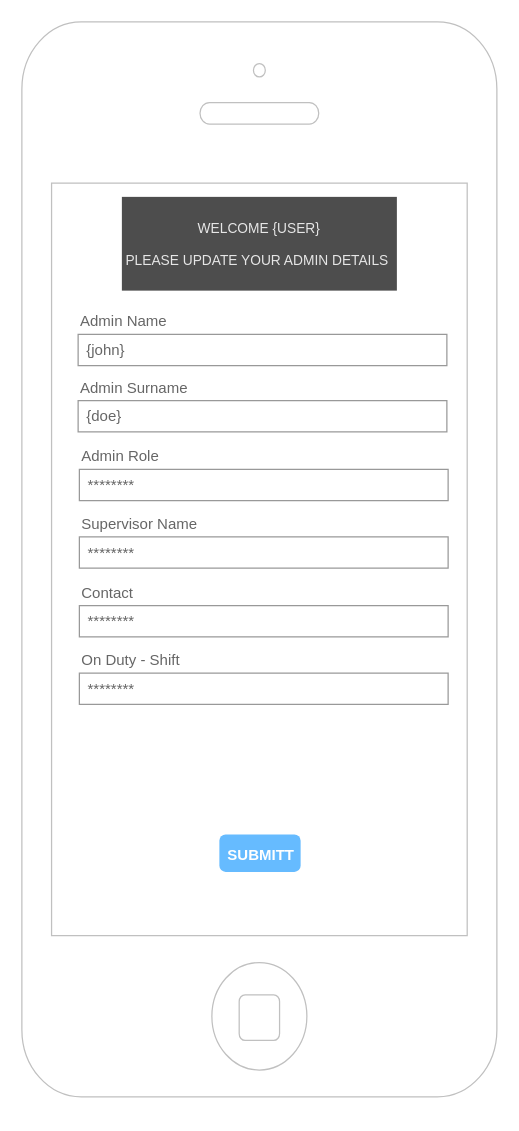
Earlier version of the draw.io diagram page "ENTER ADMIN DETAILS MOBILE" (8 of 15) of SkaterPatchTimeApp.drawio (neilbenjamin/SkaterPatchTime). Source tidied: cells renumbered, new cells numbered last; positions are measured from the earlier drawing's top-left corner, leaving out a move shared by most shapes. Both pictures are drawn from the tidied source at 125%, with x=0, y=0 at pixel (21, 21).
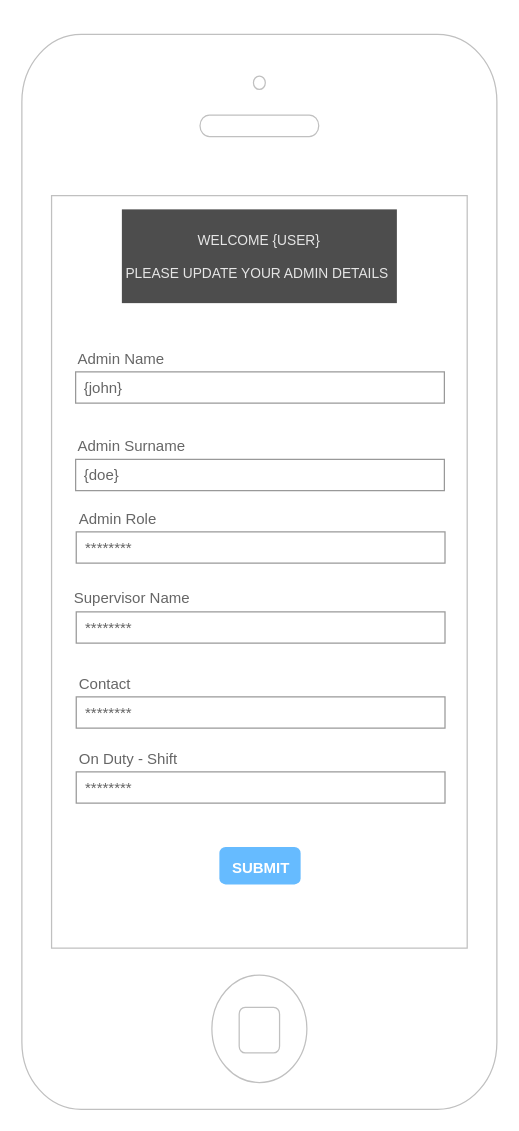
The same diagram, later.

Change to the diagram source:
```diff
@@
 <mxGraphModel>
   <root>
     <mxCell id="0" />
     <mxCell id="1" parent="0" />
     <mxCell id="2" style="html=1;verticalLabelPosition=bottom;labelBackgroundColor=#ffffff;verticalAlign=top;shadow=0;dashed=0;strokeWidth=1;shape=mxgraph.ios7.misc.iphone;strokeColor=#c0c0c0;fillColor=#FFFFFF;" parent="1" vertex="1">
-      <mxGeometry width="380" height="860" as="geometry" />
+      <mxGeometry y="10" width="380" height="860" as="geometry" />
     </mxCell>
     <mxCell id="3" value="&lt;font style=&quot;font-size: 11px;&quot;&gt;WELCOME {USER}&lt;br style=&quot;font-size: 11px;&quot;&gt;&lt;br style=&quot;font-size: 11px;&quot;&gt;PLEASE UPDATE YOUR ADMIN DETAILS&amp;nbsp;&lt;/font&gt;" style="whiteSpace=wrap;html=1;strokeColor=none;fontColor=#E6E6E6;fillColor=#4D4D4D;fontSize=11;" parent="1" vertex="1">
-      <mxGeometry x="80" y="140" width="220" height="75" as="geometry" />
+      <mxGeometry x="80" y="150" width="220" height="75" as="geometry" />
     </mxCell>
-    <mxCell id="4" value="&lt;font style=&quot;font-size: 12px;&quot;&gt;SUBMITT&lt;/font&gt;" style="strokeWidth=1;shadow=0;dashed=0;align=center;html=1;shape=mxgraph.mockup.forms.rrect;rSize=5;strokeColor=none;fontColor=#ffffff;fillColor=#66bbff;fontSize=16;fontStyle=1;" parent="1" vertex="1">
-      <mxGeometry x="158" y="650" width="65" height="30" as="geometry" />
+    <mxCell id="4" value="&lt;font style=&quot;font-size: 12px;&quot;&gt;SUBMIT&lt;/font&gt;" style="strokeWidth=1;shadow=0;dashed=0;align=center;html=1;shape=mxgraph.mockup.forms.rrect;rSize=5;strokeColor=none;fontColor=#ffffff;fillColor=#66bbff;fontSize=16;fontStyle=1;" parent="1" vertex="1">
+      <mxGeometry x="158" y="660" width="65" height="30" as="geometry" />
     </mxCell>
     <mxCell id="5" value="Admin Name" style="strokeWidth=1;shadow=0;dashed=0;align=center;html=1;shape=mxgraph.mockup.forms.anchor;fontSize=12;fontColor=#666666;align=left;spacingLeft=0;" parent="1" vertex="1">
-      <mxGeometry x="45" y="230" width="295" height="20" as="geometry" />
+      <mxGeometry x="43" y="260" width="295" height="20" as="geometry" />
     </mxCell>
     <mxCell id="6" value="{john}" style="strokeWidth=1;shadow=0;dashed=0;align=center;html=1;shape=mxgraph.mockup.forms.rrect;rSize=0;strokeColor=#999999;fontColor=#666666;align=left;spacingLeft=5;" parent="1" vertex="1">
-      <mxGeometry x="45" y="250" width="295" height="25" as="geometry" />
+      <mxGeometry x="43" y="280" width="295" height="25" as="geometry" />
     </mxCell>
     <mxCell id="7" value="Admin Surname" style="strokeWidth=1;shadow=0;dashed=0;align=center;html=1;shape=mxgraph.mockup.forms.anchor;fontSize=12;fontColor=#666666;align=left;spacingLeft=0;" parent="1" vertex="1">
-      <mxGeometry x="45" y="283" width="295" height="20" as="geometry" />
+      <mxGeometry x="43" y="330" width="295" height="20" as="geometry" />
     </mxCell>
     <mxCell id="8" value="{doe}&amp;nbsp;" style="strokeWidth=1;shadow=0;dashed=0;align=center;html=1;shape=mxgraph.mockup.forms.rrect;rSize=0;strokeColor=#999999;fontColor=#666666;align=left;spacingLeft=5;" parent="1" vertex="1">
-      <mxGeometry x="45" y="303" width="295" height="25" as="geometry" />
+      <mxGeometry x="43" y="350" width="295" height="25" as="geometry" />
     </mxCell>
     <mxCell id="9" value="Supervisor Name" style="strokeWidth=1;shadow=0;dashed=0;align=center;html=1;shape=mxgraph.mockup.forms.anchor;fontSize=12;fontColor=#666666;align=left;spacingLeft=0;" parent="1" vertex="1">
-      <mxGeometry x="46" y="392" width="295" height="20" as="geometry" />
+      <mxGeometry x="40" y="450" width="298.5" height="22" as="geometry" />
     </mxCell>
     <mxCell id="10" value="********" style="strokeWidth=1;shadow=0;dashed=0;align=center;html=1;shape=mxgraph.mockup.forms.rrect;rSize=0;strokeColor=#999999;fontColor=#666666;align=left;spacingLeft=5;" parent="1" vertex="1">
-      <mxGeometry x="46" y="412" width="295" height="25" as="geometry" />
+      <mxGeometry x="43.5" y="472" width="295" height="25" as="geometry" />
     </mxCell>
     <mxCell id="11" value="Contact&amp;nbsp;" style="strokeWidth=1;shadow=0;dashed=0;align=center;html=1;shape=mxgraph.mockup.forms.anchor;fontSize=12;fontColor=#666666;align=left;spacingLeft=0;" parent="1" vertex="1">
-      <mxGeometry x="46" y="447" width="295" height="20" as="geometry" />
+      <mxGeometry x="43.5" y="520" width="295" height="20" as="geometry" />
     </mxCell>
     <mxCell id="12" value="********" style="strokeWidth=1;shadow=0;dashed=0;align=center;html=1;shape=mxgraph.mockup.forms.rrect;rSize=0;strokeColor=#999999;fontColor=#666666;align=left;spacingLeft=5;" parent="1" vertex="1">
-      <mxGeometry x="46" y="467" width="295" height="25" as="geometry" />
+      <mxGeometry x="43.5" y="540" width="295" height="25" as="geometry" />
     </mxCell>
     <mxCell id="13" value="On Duty - Shift" style="strokeWidth=1;shadow=0;dashed=0;align=center;html=1;shape=mxgraph.mockup.forms.anchor;fontSize=12;fontColor=#666666;align=left;spacingLeft=0;" parent="1" vertex="1">
-      <mxGeometry x="46" y="501" width="295" height="20" as="geometry" />
+      <mxGeometry x="43.5" y="580" width="295" height="20" as="geometry" />
     </mxCell>
     <mxCell id="14" value="********" style="strokeWidth=1;shadow=0;dashed=0;align=center;html=1;shape=mxgraph.mockup.forms.rrect;rSize=0;strokeColor=#999999;fontColor=#666666;align=left;spacingLeft=5;" parent="1" vertex="1">
-      <mxGeometry x="46" y="521" width="295" height="25" as="geometry" />
+      <mxGeometry x="43.5" y="600" width="295" height="25" as="geometry" />
     </mxCell>
     <mxCell id="15" value="Admin Role" style="strokeWidth=1;shadow=0;dashed=0;align=center;html=1;shape=mxgraph.mockup.forms.anchor;fontSize=12;fontColor=#666666;align=left;spacingLeft=0;" parent="1" vertex="1">
-      <mxGeometry x="46" y="338" width="295" height="20" as="geometry" />
+      <mxGeometry x="43.5" y="388" width="295" height="20" as="geometry" />
     </mxCell>
     <mxCell id="16" value="********" style="strokeWidth=1;shadow=0;dashed=0;align=center;html=1;shape=mxgraph.mockup.forms.rrect;rSize=0;strokeColor=#999999;fontColor=#666666;align=left;spacingLeft=5;" parent="1" vertex="1">
-      <mxGeometry x="46" y="358" width="295" height="25" as="geometry" />
+      <mxGeometry x="43.5" y="408" width="295" height="25" as="geometry" />
     </mxCell>
   </root>
 </mxGraphModel>
```
